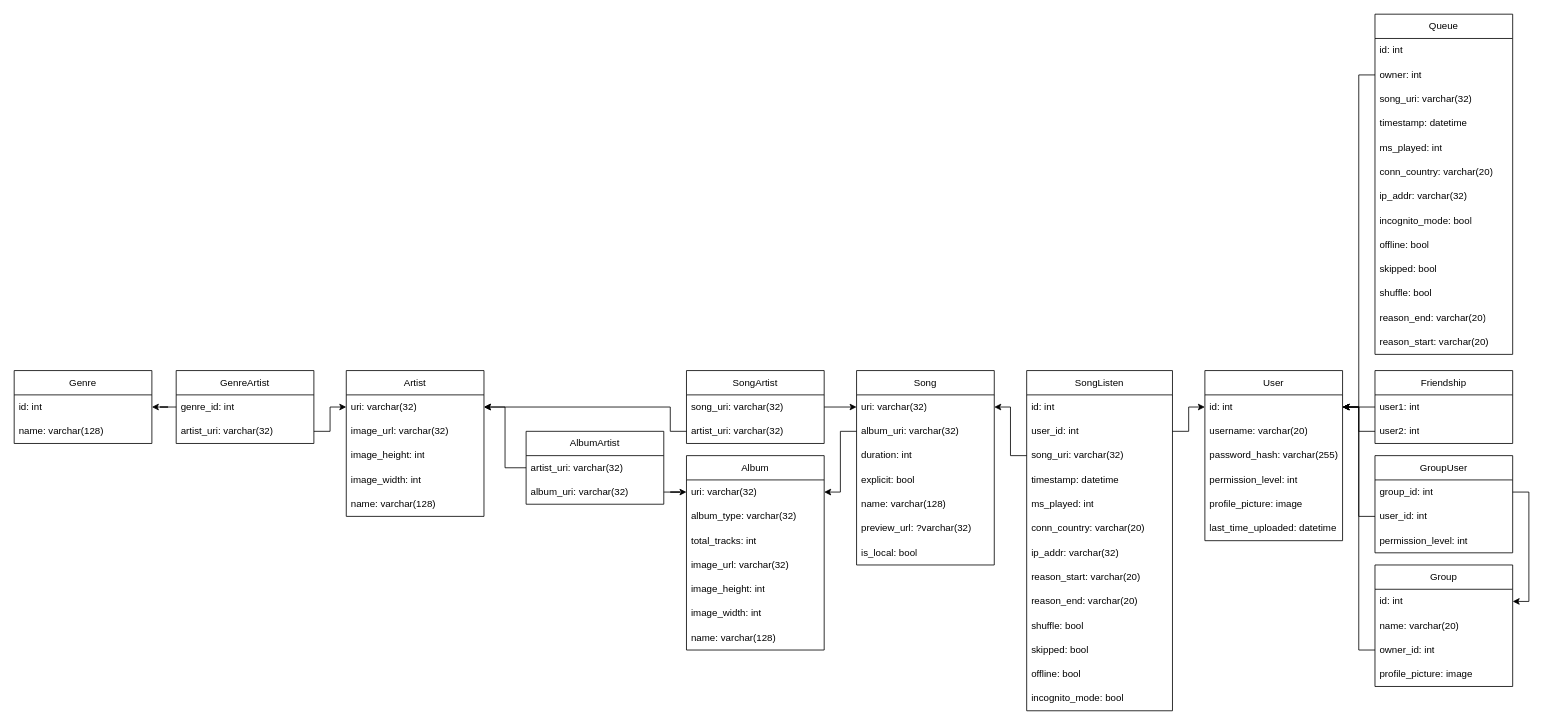
This is drawio/database.drawio from Zancmok/AdvancedSpotifyDataAnalyzer, a draw.io file, before an edit. Source tidied: cells renumbered, new cells numbered last; positions are measured from the earlier drawing's top-left corner, leaving out a move shared by most shapes. Both pictures are drawn from the tidied source at 81%, with x=0, y=0 at pixel (14, 14).
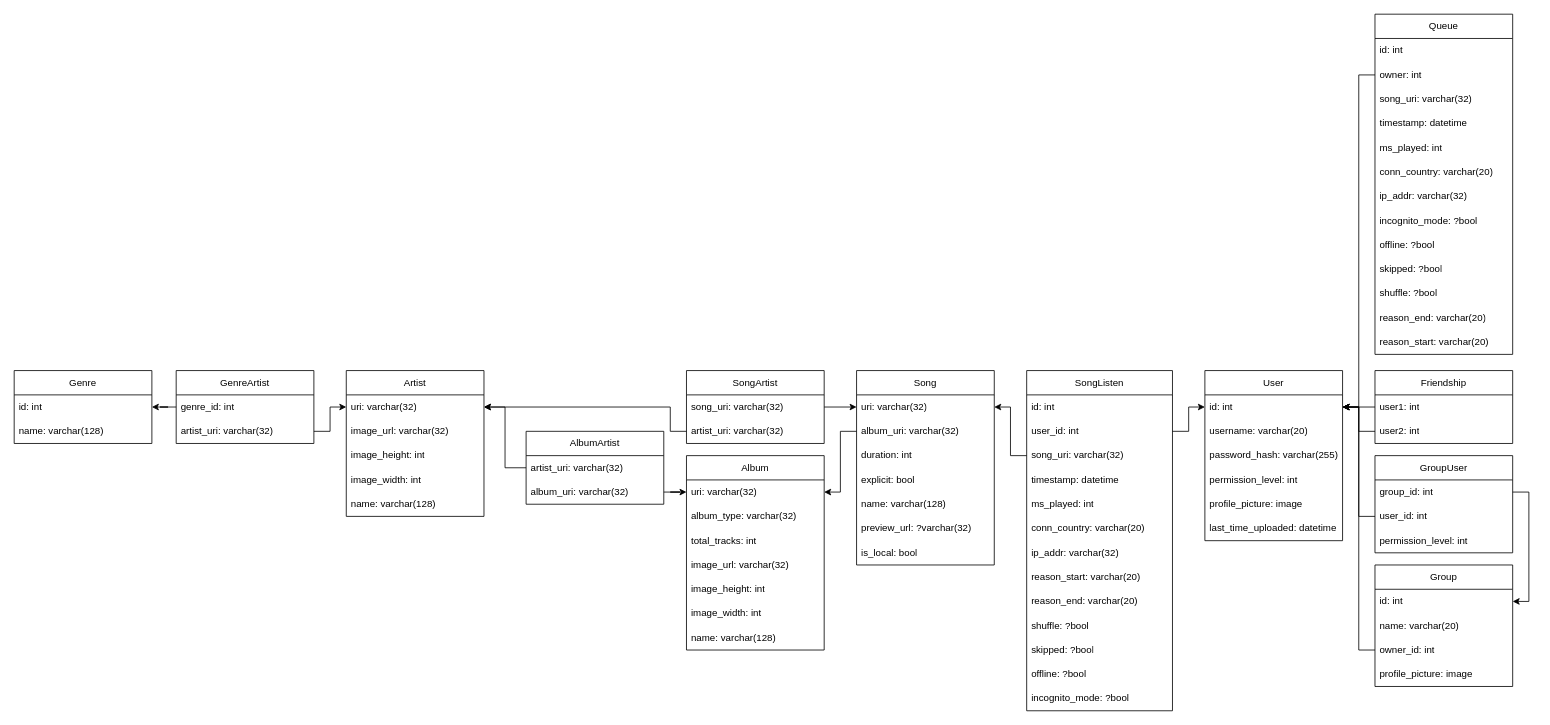
Above is the later version.

Unchanged cells that the change refers to:
```xml
<mxCell id="9" value="SongListen" style="swimlane;fontStyle=0;horizontal=1;startSize=30;whiteSpace=wrap;html=1;" parent="1" vertex="1">
  <mxGeometry x="1250" y="440" width="180" height="420" as="geometry" />
</mxCell>
<mxCell id="82" value="Queue" style="swimlane;fontStyle=0;horizontal=1;startSize=30;whiteSpace=wrap;html=1;" parent="1" vertex="1">
  <mxGeometry x="1680" width="170" height="420" as="geometry" />
</mxCell>
```

Diff of the diagram source:
```diff
@@
-    <mxCell id="19" value="shuffle: bool" style="text;strokeColor=none;fillColor=none;align=left;verticalAlign=middle;spacingLeft=4;spacingRight=4;overflow=hidden;whiteSpace=wrap;html=1;" parent="9" vertex="1">
+    <mxCell id="19" value="shuffle: ?bool" style="text;strokeColor=none;fillColor=none;align=left;verticalAlign=middle;spacingLeft=4;spacingRight=4;overflow=hidden;whiteSpace=wrap;html=1;" parent="9" vertex="1">
       <mxGeometry y="300" width="180" height="30" as="geometry" />
     </mxCell>
-    <mxCell id="20" value="skipped: bool" style="text;strokeColor=none;fillColor=none;align=left;verticalAlign=middle;spacingLeft=4;spacingRight=4;overflow=hidden;whiteSpace=wrap;html=1;" parent="9" vertex="1">
+    <mxCell id="20" value="skipped: ?bool" style="text;strokeColor=none;fillColor=none;align=left;verticalAlign=middle;spacingLeft=4;spacingRight=4;overflow=hidden;whiteSpace=wrap;html=1;" parent="9" vertex="1">
       <mxGeometry y="330" width="180" height="30" as="geometry" />
     </mxCell>
-    <mxCell id="21" value="offline: bool" style="text;strokeColor=none;fillColor=none;align=left;verticalAlign=middle;spacingLeft=4;spacingRight=4;overflow=hidden;whiteSpace=wrap;html=1;" parent="9" vertex="1">
+    <mxCell id="21" value="offline: ?bool" style="text;strokeColor=none;fillColor=none;align=left;verticalAlign=middle;spacingLeft=4;spacingRight=4;overflow=hidden;whiteSpace=wrap;html=1;" parent="9" vertex="1">
       <mxGeometry y="360" width="180" height="30" as="geometry" />
     </mxCell>
-    <mxCell id="22" value="incognito_mode: bool" style="text;strokeColor=none;fillColor=none;align=left;verticalAlign=middle;spacingLeft=4;spacingRight=4;overflow=hidden;whiteSpace=wrap;html=1;" parent="9" vertex="1">
+    <mxCell id="22" value="incognito_mode: ?bool" style="text;strokeColor=none;fillColor=none;align=left;verticalAlign=middle;spacingLeft=4;spacingRight=4;overflow=hidden;whiteSpace=wrap;html=1;" parent="9" vertex="1">
       <mxGeometry y="390" width="180" height="30" as="geometry" />
     </mxCell>
@@
-    <mxCell id="90" value="incognito_mode: bool" style="text;strokeColor=none;fillColor=none;align=left;verticalAlign=middle;spacingLeft=4;spacingRight=4;overflow=hidden;whiteSpace=wrap;html=1;" parent="82" vertex="1">
+    <mxCell id="90" value="incognito_mode: ?bool" style="text;strokeColor=none;fillColor=none;align=left;verticalAlign=middle;spacingLeft=4;spacingRight=4;overflow=hidden;whiteSpace=wrap;html=1;" parent="82" vertex="1">
       <mxGeometry y="240" width="170" height="30" as="geometry" />
     </mxCell>
-    <mxCell id="91" value="offline: bool" style="text;strokeColor=none;fillColor=none;align=left;verticalAlign=middle;spacingLeft=4;spacingRight=4;overflow=hidden;whiteSpace=wrap;html=1;" parent="82" vertex="1">
+    <mxCell id="91" value="offline: ?bool" style="text;strokeColor=none;fillColor=none;align=left;verticalAlign=middle;spacingLeft=4;spacingRight=4;overflow=hidden;whiteSpace=wrap;html=1;" parent="82" vertex="1">
       <mxGeometry y="270" width="170" height="30" as="geometry" />
     </mxCell>
-    <mxCell id="92" value="skipped: bool" style="text;strokeColor=none;fillColor=none;align=left;verticalAlign=middle;spacingLeft=4;spacingRight=4;overflow=hidden;whiteSpace=wrap;html=1;" parent="82" vertex="1">
+    <mxCell id="92" value="skipped: ?bool" style="text;strokeColor=none;fillColor=none;align=left;verticalAlign=middle;spacingLeft=4;spacingRight=4;overflow=hidden;whiteSpace=wrap;html=1;" parent="82" vertex="1">
       <mxGeometry y="300" width="170" height="30" as="geometry" />
     </mxCell>
-    <mxCell id="93" value="shuffle: bool" style="text;strokeColor=none;fillColor=none;align=left;verticalAlign=middle;spacingLeft=4;spacingRight=4;overflow=hidden;whiteSpace=wrap;html=1;" parent="82" vertex="1">
+    <mxCell id="93" value="shuffle: ?bool" style="text;strokeColor=none;fillColor=none;align=left;verticalAlign=middle;spacingLeft=4;spacingRight=4;overflow=hidden;whiteSpace=wrap;html=1;" parent="82" vertex="1">
       <mxGeometry y="330" width="170" height="30" as="geometry" />
     </mxCell>
```
